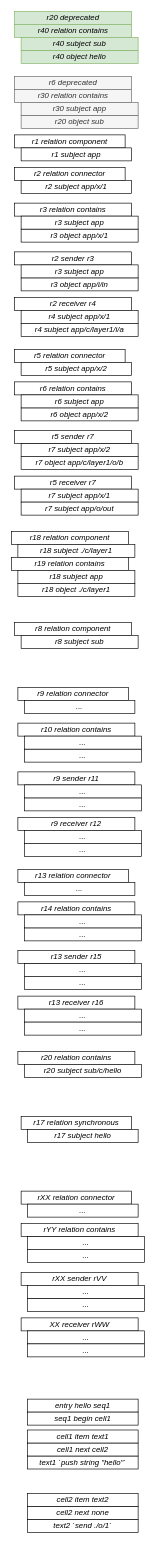
Earlier version of the draw.io diagram page "Step 2" (10 of 13) of hello manual.drawio (guitarvydas/asc). Source tidied: cells renumbered, new cells numbered last; positions are measured from the earlier drawing's top-left corner, leaving out a move shared by most shapes. Both pictures are drawn from the tidied source at 65%, with x=0, y=0 at pixel (11, 11).
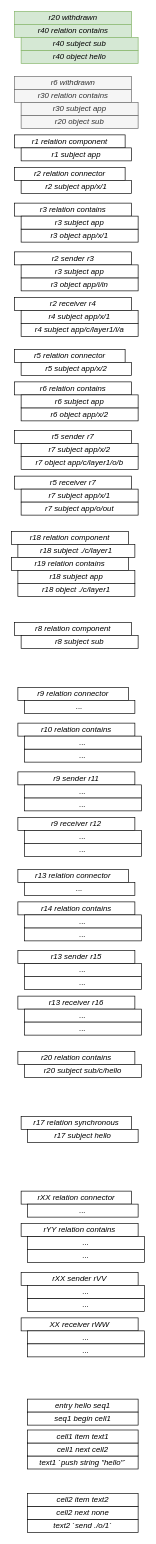
The same diagram, later.

What changed in the source:
```diff
@@
-    <mxCell id="78" value="r20 deprecated" style="rounded=0;whiteSpace=wrap;html=1;fontStyle=2;fillColor=#d5e8d4;strokeColor=#82b366;" parent="1" vertex="1">
+    <mxCell id="78" value="r20 withdrawn" style="rounded=0;whiteSpace=wrap;html=1;fontStyle=2;fillColor=#d5e8d4;strokeColor=#82b366;" parent="1" vertex="1">
       <mxGeometry x="5" width="180" height="20" as="geometry" />
     </mxCell>
@@
-    <mxCell id="82" value="r6 deprecated" style="rounded=0;whiteSpace=wrap;html=1;fontStyle=2;fillColor=#f5f5f5;strokeColor=#666666;fontColor=#333333;" parent="1" vertex="1">
+    <mxCell id="82" value="r6 withdrawn" style="rounded=0;whiteSpace=wrap;html=1;fontStyle=2;fillColor=#f5f5f5;strokeColor=#666666;fontColor=#333333;" parent="1" vertex="1">
       <mxGeometry x="5" y="100" width="180" height="20" as="geometry" />
     </mxCell>
```
